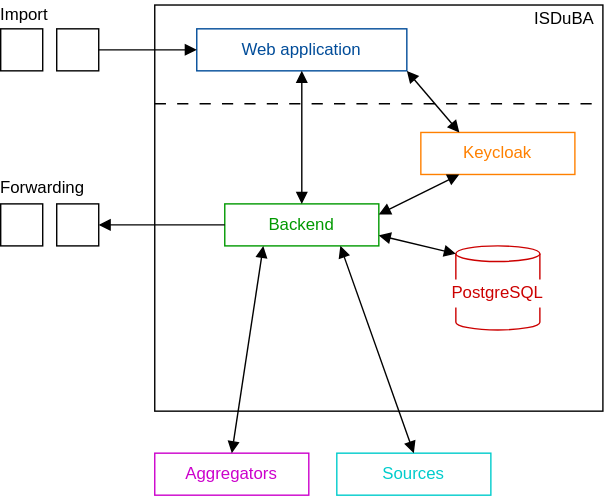
The draw.io diagram docs/images/overview-diagram.svg in ISDuBA/ISDuBA, before a commit. Source tidied: cells renumbered, new cells last; positions are measured from the earlier drawing's top-left corner, leaving out a move shared by most shapes.
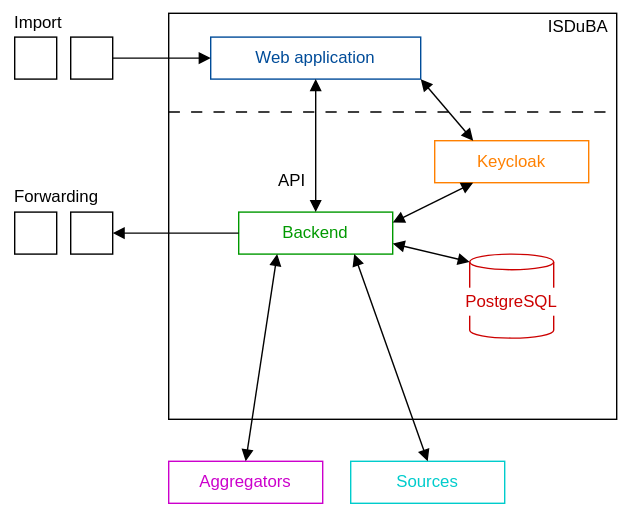
The same file after the commit.

Commit message:
Add API to overview diagram (#879)

Change to the diagram source:
```diff
@@ -2,6 +2,9 @@
   <root>
     <mxCell id="0" />
     <mxCell id="1" parent="0" />
+    <mxCell id="26" style="rounded=0;whiteSpace=wrap;html=1;strokeColor=none;" parent="1" vertex="1">
+      <mxGeometry x="-10" y="-7" width="450" height="370" as="geometry" />
+    </mxCell>
     <mxCell id="2" style="rounded=0;whiteSpace=wrap;html=1;" parent="1" vertex="1">
       <mxGeometry x="110" y="3" width="320" height="290" as="geometry" />
     </mxCell>
@@ -77,5 +80,8 @@
     <mxCell id="25" style="endArrow=block;html=1;rounded=0;entryX=0.5;entryY=0;entryDx=0;entryDy=0;exitX=0.75;exitY=1;exitDx=0;exitDy=0;strokeWidth=1;endFill=1;startArrow=block;startFill=1;" parent="1" edge="1" source="8" target="21">
       <mxGeometry relative="1" as="geometry" />
     </mxCell>
+    <mxCell id="27" value="API" style="text;html=1;align=right;verticalAlign=middle;whiteSpace=wrap;rounded=0;spacing=2;spacingRight=0;" parent="1" vertex="1">
+      <mxGeometry x="180" y="113" width="30" height="20" as="geometry" />
+    </mxCell>
   </root>
 </mxGraphModel>
```
